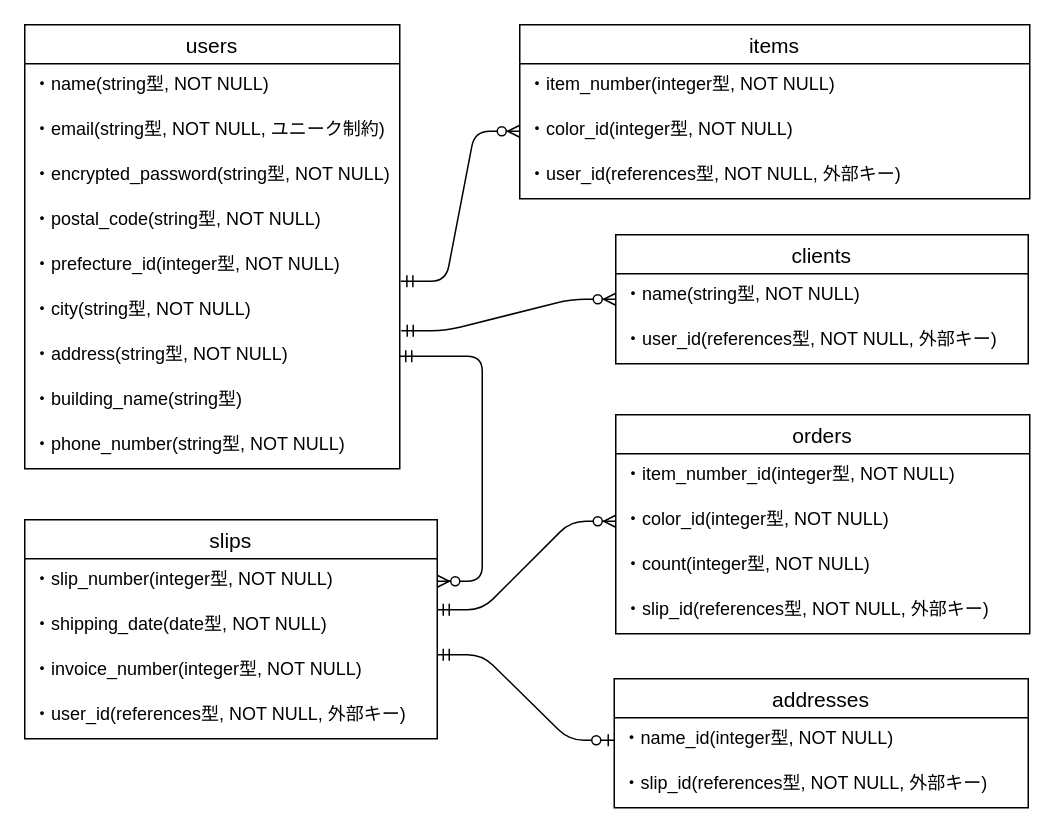
Before: easy_slips.dio in hiddy0329/easy_slips, a draw.io diagram. Source tidied: cells renumbered, new cells numbered last; positions are measured from the earlier drawing's top-left corner, leaving out a move shared by most shapes. Both pictures are drawn from the tidied source at 150%, with x=0, y=0 at pixel (24, 24).
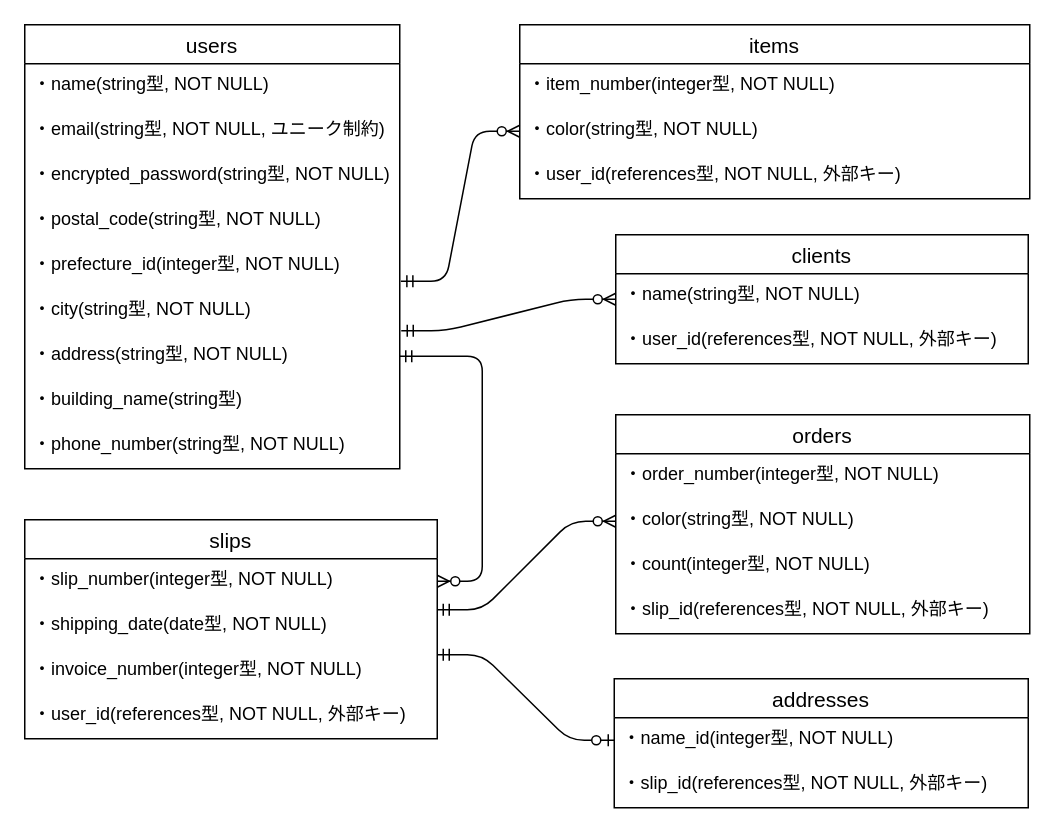
The same page after the edit.

Commit message:
ER図の修正(カラム型をintegerからstringへ)

The change refers to these unchanged cells:
```xml
<mxCell id="15" value="items" style="swimlane;fontStyle=0;horizontal=1;startSize=26;align=center;fontSize=14;" parent="1" vertex="1">
  <mxGeometry x="330" width="340" height="116" as="geometry" />
</mxCell>
<mxCell id="27" value="orders" style="swimlane;fontStyle=0;horizontal=1;startSize=26;align=center;fontSize=14;" parent="1" vertex="1">
  <mxGeometry x="394" y="260" width="276" height="146" as="geometry" />
</mxCell>
```

The edit, as a diff of the source:
```diff
@@
-    <mxCell id="17" value="・color_id(integer型, NOT NULL)" style="text;strokeColor=none;fillColor=none;spacingLeft=4;spacingRight=4;overflow=hidden;points=[[0,0.5],[1,0.5]];portConstraint=eastwest;fontSize=12;" parent="15" vertex="1">
+    <mxCell id="17" value="・color(string型, NOT NULL)" style="text;strokeColor=none;fillColor=none;spacingLeft=4;spacingRight=4;overflow=hidden;points=[[0,0.5],[1,0.5]];portConstraint=eastwest;fontSize=12;" parent="15" vertex="1">
       <mxGeometry y="56" width="340" height="30" as="geometry" />
     </mxCell>
@@
-    <mxCell id="28" value="・item_number_id(integer型, NOT NULL)" style="text;strokeColor=none;fillColor=none;spacingLeft=4;spacingRight=4;overflow=hidden;fontSize=12;" parent="27" vertex="1">
+    <mxCell id="28" value="・order_number(integer型, NOT NULL)" style="text;strokeColor=none;fillColor=none;spacingLeft=4;spacingRight=4;overflow=hidden;fontSize=12;" parent="27" vertex="1">
       <mxGeometry y="26" width="276" height="30" as="geometry" />
     </mxCell>
-    <mxCell id="29" value="・color_id(integer型, NOT NULL)" style="text;strokeColor=none;fillColor=none;spacingLeft=4;spacingRight=4;overflow=hidden;points=[[0,0.5],[1,0.5]];portConstraint=eastwest;fontSize=12;" parent="27" vertex="1">
+    <mxCell id="29" value="・color(string型, NOT NULL)" style="text;strokeColor=none;fillColor=none;spacingLeft=4;spacingRight=4;overflow=hidden;points=[[0,0.5],[1,0.5]];portConstraint=eastwest;fontSize=12;" parent="27" vertex="1">
       <mxGeometry y="56" width="276" height="30" as="geometry" />
     </mxCell>
```
